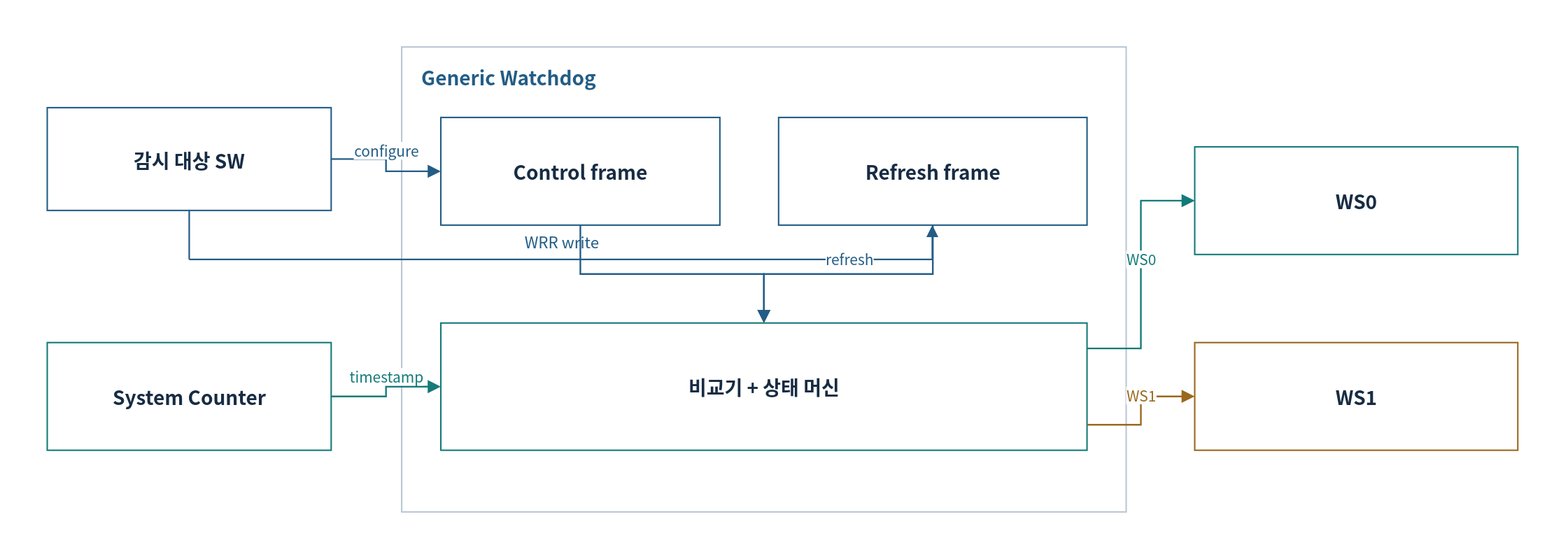
This is doc/phase1/watchdog/diagrams/01-hardware.drawio.svg from cometzero/project-apollo, a draw.io export, as it was before one commit. Source tidied: cells renumbered, new cells last; positions are measured from the earlier drawing's top-left corner, leaving out a move shared by most shapes.
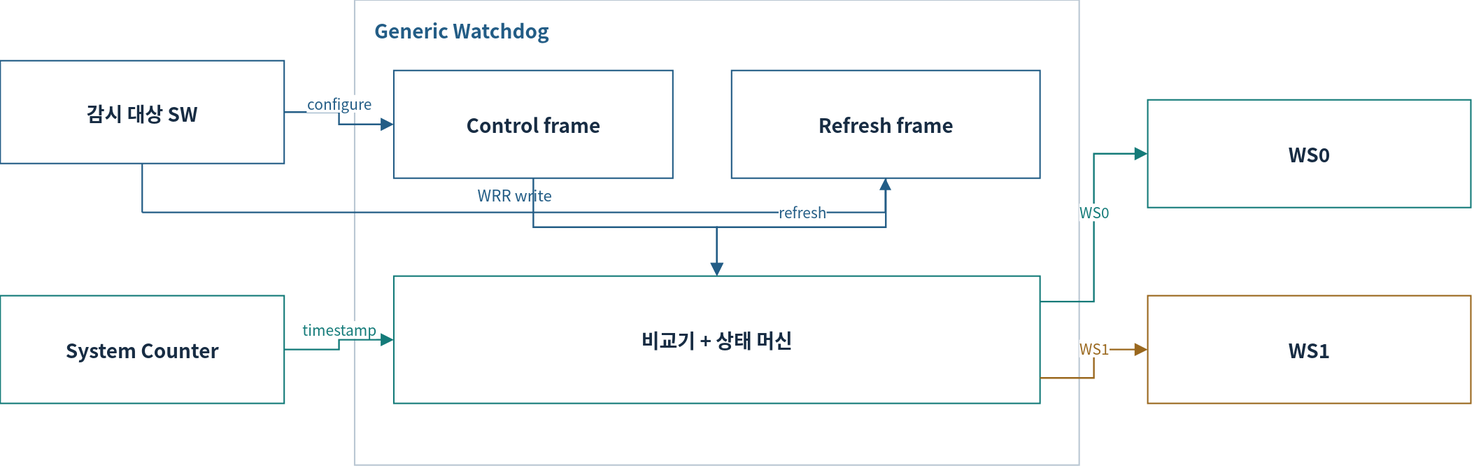
Later version of the same file.

What changed in the source:
```diff
@@ -2,9 +2,6 @@
   <root>
     <mxCell id="0" />
     <mxCell id="1" parent="0" />
-    <mxCell id="2" style="rounded=0;whiteSpace=wrap;html=1;fillColor=#FFFFFF;strokeWidth=1.5;fontFamily=Noto Sans CJK KR;fontSize=18;spacing=12;fontColor=#172C43;strokeColor=none;" parent="1" vertex="1">
-      <mxGeometry width="1600" height="565" as="geometry" />
-    </mxCell>
     <mxCell id="3" style="rounded=0;whiteSpace=wrap;html=1;fillColor=#FFFFFF;strokeWidth=1.5;fontFamily=Noto Sans CJK KR;fontSize=18;spacing=12;fontColor=#172C43;strokeColor=#BAC7D3;" parent="1" vertex="1">
       <mxGeometry x="410" y="48" width="740" height="475" as="geometry" />
     </mxCell>
```
